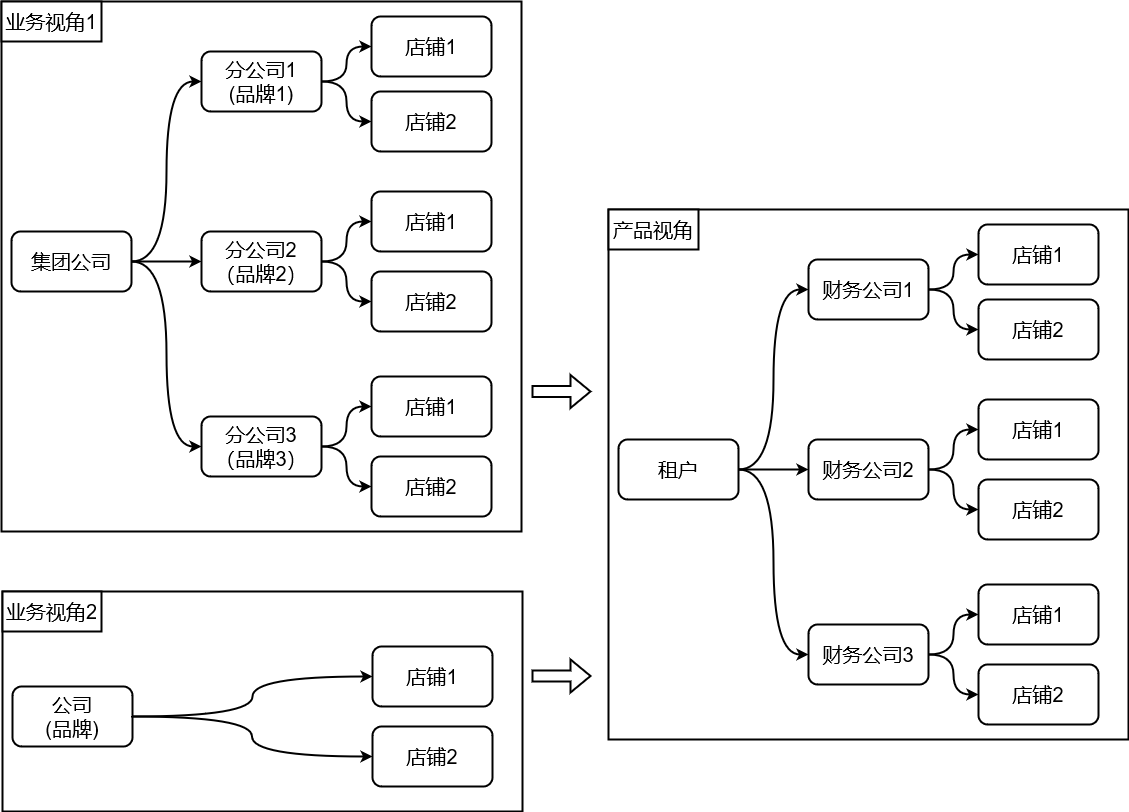
jackie-thank/beego-authz keeps this draw.io diagram as shopcat-v2-organization.drawio.png. Above is the earlier version. Source tidied: cells renumbered, new cells last; positions are measured from the earlier drawing's top-left corner, leaving out a move shared by most shapes. Source of this version:
```xml
<mxGraphModel>
  <root>
    <mxCell id="0" />
    <mxCell id="1" parent="0" />
    <mxCell id="2" style="rounded=0;whiteSpace=wrap;html=1;strokeWidth=2;fontSize=20;" parent="1" vertex="1">
      <mxGeometry width="520" height="530" as="geometry" />
    </mxCell>
    <mxCell id="3" style="edgeStyle=orthogonalEdgeStyle;curved=1;rounded=0;jettySize=auto;html=1;exitX=1;exitY=0.5;exitDx=0;exitDy=0;strokeWidth=2;fontSize=20;" parent="1" edge="1" source="6" target="12">
      <mxGeometry relative="1" as="geometry" />
    </mxCell>
    <mxCell id="4" style="edgeStyle=orthogonalEdgeStyle;curved=1;rounded=0;jettySize=auto;html=1;exitX=1;exitY=0.5;exitDx=0;exitDy=0;entryX=0;entryY=0.5;entryDx=0;entryDy=0;strokeWidth=2;fontSize=20;" parent="1" edge="1" source="6" target="9">
      <mxGeometry relative="1" as="geometry" />
    </mxCell>
    <mxCell id="5" style="edgeStyle=orthogonalEdgeStyle;curved=1;rounded=0;jettySize=auto;html=1;entryX=0;entryY=0.5;entryDx=0;entryDy=0;strokeWidth=2;fontSize=20;exitX=1;exitY=0.5;exitDx=0;exitDy=0;" parent="1" edge="1" source="6" target="15">
      <mxGeometry relative="1" as="geometry" />
    </mxCell>
    <mxCell id="6" value="集团公司" style="rounded=1;whiteSpace=wrap;html=1;strokeWidth=2;fontSize=20;" parent="1" vertex="1">
      <mxGeometry x="10" y="230" width="120" height="60" as="geometry" />
    </mxCell>
    <mxCell id="7" style="edgeStyle=orthogonalEdgeStyle;curved=1;rounded=0;jettySize=auto;html=1;exitX=1;exitY=0.5;exitDx=0;exitDy=0;entryX=0;entryY=0.5;entryDx=0;entryDy=0;strokeWidth=2;fontSize=20;" parent="1" edge="1" source="9" target="16">
      <mxGeometry relative="1" as="geometry" />
    </mxCell>
    <mxCell id="8" style="edgeStyle=orthogonalEdgeStyle;curved=1;rounded=0;jettySize=auto;html=1;exitX=1;exitY=0.5;exitDx=0;exitDy=0;entryX=0;entryY=0.5;entryDx=0;entryDy=0;strokeWidth=2;fontSize=20;" parent="1" edge="1" source="9" target="17">
      <mxGeometry relative="1" as="geometry" />
    </mxCell>
    <mxCell id="9" value="&lt;div&gt;分公司1&lt;/div&gt;&lt;div&gt;(品牌1)&lt;br&gt;&lt;/div&gt;" style="rounded=1;whiteSpace=wrap;html=1;strokeWidth=2;fontSize=20;" parent="1" vertex="1">
      <mxGeometry x="200" y="50" width="120" height="60" as="geometry" />
    </mxCell>
    <mxCell id="10" style="edgeStyle=orthogonalEdgeStyle;curved=1;rounded=0;jettySize=auto;html=1;exitX=1;exitY=0.5;exitDx=0;exitDy=0;entryX=0;entryY=0.5;entryDx=0;entryDy=0;strokeWidth=2;fontSize=20;" parent="1" edge="1" source="12" target="18">
      <mxGeometry relative="1" as="geometry" />
    </mxCell>
    <mxCell id="11" style="edgeStyle=orthogonalEdgeStyle;curved=1;rounded=0;jettySize=auto;html=1;exitX=1;exitY=0.5;exitDx=0;exitDy=0;strokeWidth=2;fontSize=20;entryX=0;entryY=0.5;entryDx=0;entryDy=0;" parent="1" edge="1" source="12" target="19">
      <mxGeometry relative="1" as="geometry" />
    </mxCell>
    <mxCell id="12" value="&lt;div&gt;分公司2&lt;/div&gt;&lt;div&gt;（品牌2）&lt;br&gt;&lt;/div&gt;" style="rounded=1;whiteSpace=wrap;html=1;strokeWidth=2;fontSize=20;" parent="1" vertex="1">
      <mxGeometry x="200" y="230" width="120" height="60" as="geometry" />
    </mxCell>
    <mxCell id="13" style="edgeStyle=orthogonalEdgeStyle;curved=1;rounded=0;jettySize=auto;html=1;exitX=1;exitY=0.5;exitDx=0;exitDy=0;entryX=0;entryY=0.5;entryDx=0;entryDy=0;strokeWidth=2;fontSize=20;" parent="1" edge="1" source="15" target="20">
      <mxGeometry relative="1" as="geometry" />
    </mxCell>
    <mxCell id="14" style="edgeStyle=orthogonalEdgeStyle;curved=1;rounded=0;jettySize=auto;html=1;exitX=1;exitY=0.5;exitDx=0;exitDy=0;entryX=0;entryY=0.5;entryDx=0;entryDy=0;strokeWidth=2;fontSize=20;" parent="1" edge="1" source="15" target="21">
      <mxGeometry relative="1" as="geometry" />
    </mxCell>
    <mxCell id="15" value="&lt;div&gt;分公司3&lt;/div&gt;&lt;div&gt;（品牌3）&lt;br&gt;&lt;/div&gt;" style="rounded=1;whiteSpace=wrap;html=1;strokeWidth=2;fontSize=20;" parent="1" vertex="1">
      <mxGeometry x="200" y="415" width="120" height="60" as="geometry" />
    </mxCell>
    <mxCell id="16" value="店铺1" style="rounded=1;whiteSpace=wrap;html=1;strokeWidth=2;fontSize=20;" parent="1" vertex="1">
      <mxGeometry x="370" y="15" width="120" height="60" as="geometry" />
    </mxCell>
    <mxCell id="17" value="店铺2" style="rounded=1;whiteSpace=wrap;html=1;strokeWidth=2;fontSize=20;" parent="1" vertex="1">
      <mxGeometry x="370" y="90" width="120" height="60" as="geometry" />
    </mxCell>
    <mxCell id="18" value="店铺1" style="rounded=1;whiteSpace=wrap;html=1;strokeWidth=2;fontSize=20;" parent="1" vertex="1">
      <mxGeometry x="370" y="190" width="120" height="60" as="geometry" />
    </mxCell>
    <mxCell id="19" value="店铺2" style="rounded=1;whiteSpace=wrap;html=1;strokeWidth=2;fontSize=20;" parent="1" vertex="1">
      <mxGeometry x="370" y="270" width="120" height="60" as="geometry" />
    </mxCell>
    <mxCell id="20" value="店铺1" style="rounded=1;whiteSpace=wrap;html=1;strokeWidth=2;fontSize=20;" parent="1" vertex="1">
      <mxGeometry x="370" y="375" width="120" height="60" as="geometry" />
    </mxCell>
    <mxCell id="21" value="店铺2" style="rounded=1;whiteSpace=wrap;html=1;strokeWidth=2;fontSize=20;" parent="1" vertex="1">
      <mxGeometry x="370" y="455" width="120" height="60" as="geometry" />
    </mxCell>
    <mxCell id="22" value="业务视角1" style="rounded=0;whiteSpace=wrap;html=1;strokeWidth=2;fontSize=20;" parent="1" vertex="1">
      <mxGeometry width="100" height="40" as="geometry" />
    </mxCell>
    <mxCell id="23" style="rounded=0;whiteSpace=wrap;html=1;strokeWidth=2;fontSize=20;" parent="1" vertex="1">
      <mxGeometry x="607" y="208" width="520" height="530" as="geometry" />
    </mxCell>
    <mxCell id="24" style="edgeStyle=orthogonalEdgeStyle;curved=1;rounded=0;jettySize=auto;html=1;exitX=1;exitY=0.5;exitDx=0;exitDy=0;strokeWidth=2;fontSize=20;" parent="1" edge="1" source="27" target="33">
      <mxGeometry relative="1" as="geometry" />
    </mxCell>
    <mxCell id="25" style="edgeStyle=orthogonalEdgeStyle;curved=1;rounded=0;jettySize=auto;html=1;exitX=1;exitY=0.5;exitDx=0;exitDy=0;entryX=0;entryY=0.5;entryDx=0;entryDy=0;strokeWidth=2;fontSize=20;" parent="1" edge="1" source="27" target="30">
      <mxGeometry relative="1" as="geometry" />
    </mxCell>
    <mxCell id="26" style="edgeStyle=orthogonalEdgeStyle;curved=1;rounded=0;jettySize=auto;html=1;entryX=0;entryY=0.5;entryDx=0;entryDy=0;strokeWidth=2;fontSize=20;exitX=1;exitY=0.5;exitDx=0;exitDy=0;" parent="1" edge="1" source="27" target="36">
      <mxGeometry relative="1" as="geometry" />
    </mxCell>
    <mxCell id="27" value="租户" style="rounded=1;whiteSpace=wrap;html=1;strokeWidth=2;fontSize=20;" parent="1" vertex="1">
      <mxGeometry x="617" y="438" width="120" height="60" as="geometry" />
    </mxCell>
    <mxCell id="28" style="edgeStyle=orthogonalEdgeStyle;curved=1;rounded=0;jettySize=auto;html=1;exitX=1;exitY=0.5;exitDx=0;exitDy=0;entryX=0;entryY=0.5;entryDx=0;entryDy=0;strokeWidth=2;fontSize=20;" parent="1" edge="1" source="30" target="37">
      <mxGeometry relative="1" as="geometry" />
    </mxCell>
    <mxCell id="29" style="edgeStyle=orthogonalEdgeStyle;curved=1;rounded=0;jettySize=auto;html=1;exitX=1;exitY=0.5;exitDx=0;exitDy=0;entryX=0;entryY=0.5;entryDx=0;entryDy=0;strokeWidth=2;fontSize=20;" parent="1" edge="1" source="30" target="38">
      <mxGeometry relative="1" as="geometry" />
    </mxCell>
    <mxCell id="30" value="财务公司1" style="rounded=1;whiteSpace=wrap;html=1;strokeWidth=2;fontSize=20;" parent="1" vertex="1">
      <mxGeometry x="807" y="258" width="120" height="60" as="geometry" />
    </mxCell>
    <mxCell id="31" style="edgeStyle=orthogonalEdgeStyle;curved=1;rounded=0;jettySize=auto;html=1;exitX=1;exitY=0.5;exitDx=0;exitDy=0;entryX=0;entryY=0.5;entryDx=0;entryDy=0;strokeWidth=2;fontSize=20;" parent="1" edge="1" source="33" target="39">
      <mxGeometry relative="1" as="geometry" />
    </mxCell>
    <mxCell id="32" style="edgeStyle=orthogonalEdgeStyle;curved=1;rounded=0;jettySize=auto;html=1;exitX=1;exitY=0.5;exitDx=0;exitDy=0;strokeWidth=2;fontSize=20;entryX=0;entryY=0.5;entryDx=0;entryDy=0;" parent="1" edge="1" source="33" target="40">
      <mxGeometry relative="1" as="geometry" />
    </mxCell>
    <mxCell id="33" value="财务公司2" style="rounded=1;whiteSpace=wrap;html=1;strokeWidth=2;fontSize=20;" parent="1" vertex="1">
      <mxGeometry x="807" y="438" width="120" height="60" as="geometry" />
    </mxCell>
    <mxCell id="34" style="edgeStyle=orthogonalEdgeStyle;curved=1;rounded=0;jettySize=auto;html=1;exitX=1;exitY=0.5;exitDx=0;exitDy=0;entryX=0;entryY=0.5;entryDx=0;entryDy=0;strokeWidth=2;fontSize=20;" parent="1" edge="1" source="36" target="41">
      <mxGeometry relative="1" as="geometry" />
    </mxCell>
    <mxCell id="35" style="edgeStyle=orthogonalEdgeStyle;curved=1;rounded=0;jettySize=auto;html=1;exitX=1;exitY=0.5;exitDx=0;exitDy=0;entryX=0;entryY=0.5;entryDx=0;entryDy=0;strokeWidth=2;fontSize=20;" parent="1" edge="1" source="36" target="42">
      <mxGeometry relative="1" as="geometry" />
    </mxCell>
    <mxCell id="36" value="财务公司3" style="rounded=1;whiteSpace=wrap;html=1;strokeWidth=2;fontSize=20;" parent="1" vertex="1">
      <mxGeometry x="807" y="623" width="120" height="60" as="geometry" />
    </mxCell>
    <mxCell id="37" value="店铺1" style="rounded=1;whiteSpace=wrap;html=1;strokeWidth=2;fontSize=20;" parent="1" vertex="1">
      <mxGeometry x="977" y="223" width="120" height="60" as="geometry" />
    </mxCell>
    <mxCell id="38" value="店铺2" style="rounded=1;whiteSpace=wrap;html=1;strokeWidth=2;fontSize=20;" parent="1" vertex="1">
      <mxGeometry x="977" y="298" width="120" height="60" as="geometry" />
    </mxCell>
    <mxCell id="39" value="店铺1" style="rounded=1;whiteSpace=wrap;html=1;strokeWidth=2;fontSize=20;" parent="1" vertex="1">
      <mxGeometry x="977" y="398" width="120" height="60" as="geometry" />
    </mxCell>
    <mxCell id="40" value="店铺2" style="rounded=1;whiteSpace=wrap;html=1;strokeWidth=2;fontSize=20;" parent="1" vertex="1">
      <mxGeometry x="977" y="478" width="120" height="60" as="geometry" />
    </mxCell>
    <mxCell id="41" value="店铺1" style="rounded=1;whiteSpace=wrap;html=1;strokeWidth=2;fontSize=20;" parent="1" vertex="1">
      <mxGeometry x="977" y="583" width="120" height="60" as="geometry" />
    </mxCell>
    <mxCell id="42" value="店铺2" style="rounded=1;whiteSpace=wrap;html=1;strokeWidth=2;fontSize=20;" parent="1" vertex="1">
      <mxGeometry x="977" y="663" width="120" height="60" as="geometry" />
    </mxCell>
    <mxCell id="43" value="产品视角" style="rounded=0;whiteSpace=wrap;html=1;strokeWidth=2;fontSize=20;" parent="1" vertex="1">
      <mxGeometry x="607" y="208" width="90" height="40" as="geometry" />
    </mxCell>
    <mxCell id="44" style="rounded=0;whiteSpace=wrap;html=1;strokeWidth=2;fontSize=20;" parent="1" vertex="1">
      <mxGeometry x="1" y="590" width="520" height="220" as="geometry" />
    </mxCell>
    <mxCell id="45" value="&lt;div&gt;公司&lt;/div&gt;&lt;div&gt;(品牌)&lt;br&gt;&lt;/div&gt;" style="rounded=1;whiteSpace=wrap;html=1;strokeWidth=2;fontSize=20;" parent="1" vertex="1">
      <mxGeometry x="11" y="685" width="120" height="60" as="geometry" />
    </mxCell>
    <mxCell id="46" style="edgeStyle=orthogonalEdgeStyle;curved=1;rounded=0;jettySize=auto;html=1;exitX=1;exitY=0.5;exitDx=0;exitDy=0;entryX=0;entryY=0.5;entryDx=0;entryDy=0;strokeWidth=2;fontSize=20;" parent="1" edge="1" source="45" target="48">
      <mxGeometry relative="1" as="geometry" />
    </mxCell>
    <mxCell id="47" style="edgeStyle=orthogonalEdgeStyle;curved=1;rounded=0;jettySize=auto;html=1;strokeWidth=2;fontSize=20;entryX=0;entryY=0.5;entryDx=0;entryDy=0;" parent="1" edge="1" target="49">
      <mxGeometry relative="1" as="geometry">
        <mxPoint x="130" y="715" as="sourcePoint" />
      </mxGeometry>
    </mxCell>
    <mxCell id="48" value="店铺1" style="rounded=1;whiteSpace=wrap;html=1;strokeWidth=2;fontSize=20;" parent="1" vertex="1">
      <mxGeometry x="371" y="645" width="120" height="60" as="geometry" />
    </mxCell>
    <mxCell id="49" value="店铺2" style="rounded=1;whiteSpace=wrap;html=1;strokeWidth=2;fontSize=20;" parent="1" vertex="1">
      <mxGeometry x="371" y="725" width="120" height="60" as="geometry" />
    </mxCell>
    <mxCell id="50" value="业务视角2" style="rounded=0;whiteSpace=wrap;html=1;strokeWidth=2;fontSize=20;" parent="1" vertex="1">
      <mxGeometry x="1" y="590" width="99" height="40" as="geometry" />
    </mxCell>
    <mxCell id="51" style="shape=flexArrow;endArrow=classic;html=1;rounded=0;strokeWidth=2;fontSize=20;curved=1;" parent="1" edge="1">
      <mxGeometry relative="1" as="geometry">
        <mxPoint x="530" y="390" as="sourcePoint" />
        <mxPoint x="590" y="390" as="targetPoint" />
      </mxGeometry>
    </mxCell>
    <mxCell id="52" style="shape=flexArrow;endArrow=classic;html=1;rounded=0;strokeWidth=2;fontSize=20;curved=1;" parent="1" edge="1">
      <mxGeometry relative="1" as="geometry">
        <mxPoint x="530" y="674.5" as="sourcePoint" />
        <mxPoint x="590" y="674.5" as="targetPoint" />
      </mxGeometry>
    </mxCell>
  </root>
</mxGraphModel>
```
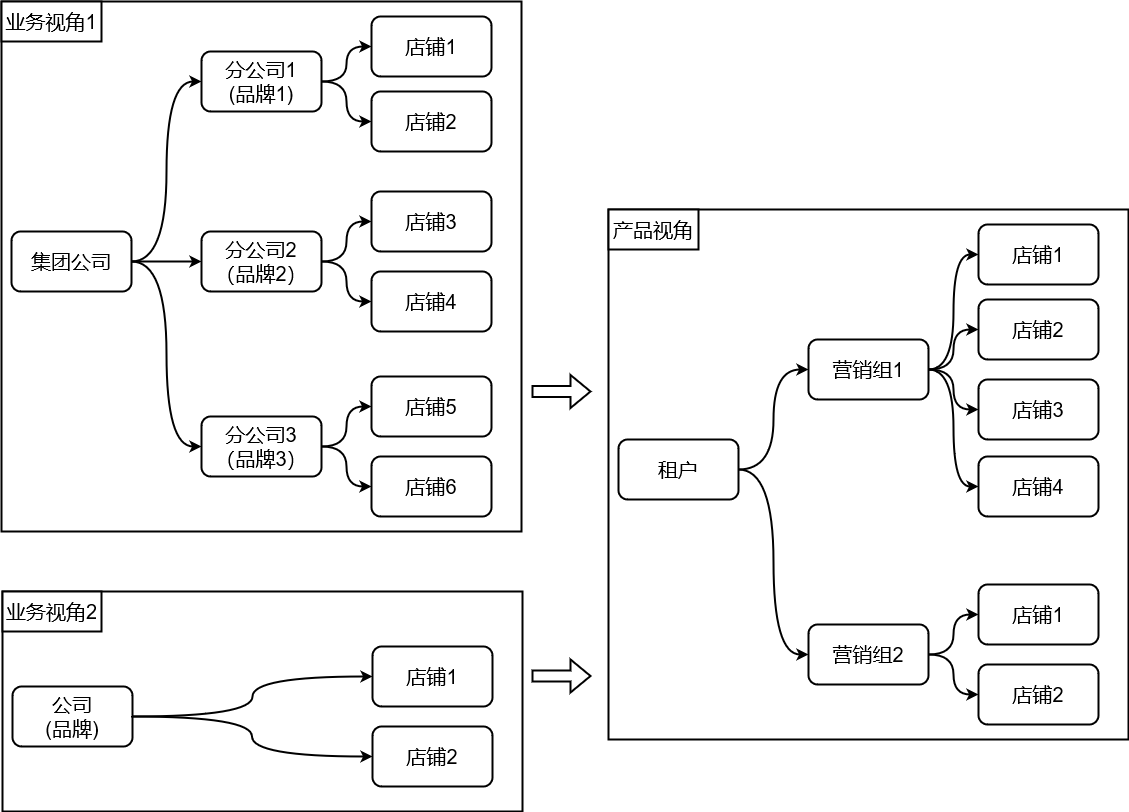
After the change.

What changed in the source:
```diff
@@ -50,16 +50,16 @@
     <mxCell id="17" value="店铺2" style="rounded=1;whiteSpace=wrap;html=1;strokeWidth=2;fontSize=20;" parent="1" vertex="1">
       <mxGeometry x="370" y="90" width="120" height="60" as="geometry" />
     </mxCell>
-    <mxCell id="18" value="店铺1" style="rounded=1;whiteSpace=wrap;html=1;strokeWidth=2;fontSize=20;" parent="1" vertex="1">
+    <mxCell id="18" value="店铺3" style="rounded=1;whiteSpace=wrap;html=1;strokeWidth=2;fontSize=20;" parent="1" vertex="1">
       <mxGeometry x="370" y="190" width="120" height="60" as="geometry" />
     </mxCell>
-    <mxCell id="19" value="店铺2" style="rounded=1;whiteSpace=wrap;html=1;strokeWidth=2;fontSize=20;" parent="1" vertex="1">
+    <mxCell id="19" value="店铺4" style="rounded=1;whiteSpace=wrap;html=1;strokeWidth=2;fontSize=20;" parent="1" vertex="1">
       <mxGeometry x="370" y="270" width="120" height="60" as="geometry" />
     </mxCell>
-    <mxCell id="20" value="店铺1" style="rounded=1;whiteSpace=wrap;html=1;strokeWidth=2;fontSize=20;" parent="1" vertex="1">
+    <mxCell id="20" value="店铺5" style="rounded=1;whiteSpace=wrap;html=1;strokeWidth=2;fontSize=20;" parent="1" vertex="1">
       <mxGeometry x="370" y="375" width="120" height="60" as="geometry" />
     </mxCell>
-    <mxCell id="21" value="店铺2" style="rounded=1;whiteSpace=wrap;html=1;strokeWidth=2;fontSize=20;" parent="1" vertex="1">
+    <mxCell id="21" value="店铺6" style="rounded=1;whiteSpace=wrap;html=1;strokeWidth=2;fontSize=20;" parent="1" vertex="1">
       <mxGeometry x="370" y="455" width="120" height="60" as="geometry" />
     </mxCell>
     <mxCell id="22" value="业务视角1" style="rounded=0;whiteSpace=wrap;html=1;strokeWidth=2;fontSize=20;" parent="1" vertex="1">
@@ -68,9 +68,6 @@
     <mxCell id="23" style="rounded=0;whiteSpace=wrap;html=1;strokeWidth=2;fontSize=20;" parent="1" vertex="1">
       <mxGeometry x="607" y="208" width="520" height="530" as="geometry" />
     </mxCell>
-    <mxCell id="24" style="edgeStyle=orthogonalEdgeStyle;curved=1;rounded=0;jettySize=auto;html=1;exitX=1;exitY=0.5;exitDx=0;exitDy=0;strokeWidth=2;fontSize=20;" parent="1" edge="1" source="27" target="33">
-      <mxGeometry relative="1" as="geometry" />
-    </mxCell>
     <mxCell id="25" style="edgeStyle=orthogonalEdgeStyle;curved=1;rounded=0;jettySize=auto;html=1;exitX=1;exitY=0.5;exitDx=0;exitDy=0;entryX=0;entryY=0.5;entryDx=0;entryDy=0;strokeWidth=2;fontSize=20;" parent="1" edge="1" source="27" target="30">
       <mxGeometry relative="1" as="geometry" />
     </mxCell>
@@ -86,25 +83,22 @@
     <mxCell id="29" style="edgeStyle=orthogonalEdgeStyle;curved=1;rounded=0;jettySize=auto;html=1;exitX=1;exitY=0.5;exitDx=0;exitDy=0;entryX=0;entryY=0.5;entryDx=0;entryDy=0;strokeWidth=2;fontSize=20;" parent="1" edge="1" source="30" target="38">
       <mxGeometry relative="1" as="geometry" />
     </mxCell>
-    <mxCell id="30" value="财务公司1" style="rounded=1;whiteSpace=wrap;html=1;strokeWidth=2;fontSize=20;" parent="1" vertex="1">
-      <mxGeometry x="807" y="258" width="120" height="60" as="geometry" />
+    <mxCell id="30" value="营销组1" style="rounded=1;whiteSpace=wrap;html=1;strokeWidth=2;fontSize=20;" parent="1" vertex="1">
+      <mxGeometry x="807" y="338" width="120" height="60" as="geometry" />
     </mxCell>
-    <mxCell id="31" style="edgeStyle=orthogonalEdgeStyle;curved=1;rounded=0;jettySize=auto;html=1;exitX=1;exitY=0.5;exitDx=0;exitDy=0;entryX=0;entryY=0.5;entryDx=0;entryDy=0;strokeWidth=2;fontSize=20;" parent="1" edge="1" source="33" target="39">
+    <mxCell id="31" style="edgeStyle=orthogonalEdgeStyle;curved=1;rounded=0;jettySize=auto;html=1;entryX=0;entryY=0.5;entryDx=0;entryDy=0;strokeWidth=2;fontSize=20;" parent="1" edge="1" source="30" target="39">
       <mxGeometry relative="1" as="geometry" />
     </mxCell>
-    <mxCell id="32" style="edgeStyle=orthogonalEdgeStyle;curved=1;rounded=0;jettySize=auto;html=1;exitX=1;exitY=0.5;exitDx=0;exitDy=0;strokeWidth=2;fontSize=20;entryX=0;entryY=0.5;entryDx=0;entryDy=0;" parent="1" edge="1" source="33" target="40">
+    <mxCell id="32" style="edgeStyle=orthogonalEdgeStyle;curved=1;rounded=0;jettySize=auto;html=1;exitX=1;exitY=0.5;exitDx=0;exitDy=0;strokeWidth=2;fontSize=20;entryX=0;entryY=0.5;entryDx=0;entryDy=0;" parent="1" edge="1" source="30" target="40">
       <mxGeometry relative="1" as="geometry" />
     </mxCell>
-    <mxCell id="33" value="财务公司2" style="rounded=1;whiteSpace=wrap;html=1;strokeWidth=2;fontSize=20;" parent="1" vertex="1">
-      <mxGeometry x="807" y="438" width="120" height="60" as="geometry" />
-    </mxCell>
     <mxCell id="34" style="edgeStyle=orthogonalEdgeStyle;curved=1;rounded=0;jettySize=auto;html=1;exitX=1;exitY=0.5;exitDx=0;exitDy=0;entryX=0;entryY=0.5;entryDx=0;entryDy=0;strokeWidth=2;fontSize=20;" parent="1" edge="1" source="36" target="41">
       <mxGeometry relative="1" as="geometry" />
     </mxCell>
     <mxCell id="35" style="edgeStyle=orthogonalEdgeStyle;curved=1;rounded=0;jettySize=auto;html=1;exitX=1;exitY=0.5;exitDx=0;exitDy=0;entryX=0;entryY=0.5;entryDx=0;entryDy=0;strokeWidth=2;fontSize=20;" parent="1" edge="1" source="36" target="42">
       <mxGeometry relative="1" as="geometry" />
     </mxCell>
-    <mxCell id="36" value="财务公司3" style="rounded=1;whiteSpace=wrap;html=1;strokeWidth=2;fontSize=20;" parent="1" vertex="1">
+    <mxCell id="36" value="营销组2" style="rounded=1;whiteSpace=wrap;html=1;strokeWidth=2;fontSize=20;" parent="1" vertex="1">
       <mxGeometry x="807" y="623" width="120" height="60" as="geometry" />
     </mxCell>
     <mxCell id="37" value="店铺1" style="rounded=1;whiteSpace=wrap;html=1;strokeWidth=2;fontSize=20;" parent="1" vertex="1">
@@ -113,11 +107,11 @@
     <mxCell id="38" value="店铺2" style="rounded=1;whiteSpace=wrap;html=1;strokeWidth=2;fontSize=20;" parent="1" vertex="1">
       <mxGeometry x="977" y="298" width="120" height="60" as="geometry" />
     </mxCell>
-    <mxCell id="39" value="店铺1" style="rounded=1;whiteSpace=wrap;html=1;strokeWidth=2;fontSize=20;" parent="1" vertex="1">
-      <mxGeometry x="977" y="398" width="120" height="60" as="geometry" />
+    <mxCell id="39" value="店铺3" style="rounded=1;whiteSpace=wrap;html=1;strokeWidth=2;fontSize=20;" parent="1" vertex="1">
+      <mxGeometry x="977" y="378" width="120" height="60" as="geometry" />
     </mxCell>
-    <mxCell id="40" value="店铺2" style="rounded=1;whiteSpace=wrap;html=1;strokeWidth=2;fontSize=20;" parent="1" vertex="1">
-      <mxGeometry x="977" y="478" width="120" height="60" as="geometry" />
+    <mxCell id="40" value="店铺4" style="rounded=1;whiteSpace=wrap;html=1;strokeWidth=2;fontSize=20;" parent="1" vertex="1">
+      <mxGeometry x="977" y="455" width="120" height="60" as="geometry" />
     </mxCell>
     <mxCell id="41" value="店铺1" style="rounded=1;whiteSpace=wrap;html=1;strokeWidth=2;fontSize=20;" parent="1" vertex="1">
       <mxGeometry x="977" y="583" width="120" height="60" as="geometry" />
```
